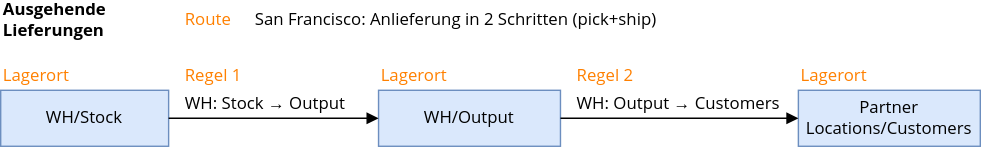
The draw.io diagram assets/Lager Konfiguration Schema 2 Schritt Lieferung.svg in Mint-System/Odoo-Wiki, before a commit. Source tidied: cells renumbered, new cells last; positions are measured from the earlier drawing's top-left corner, leaving out a move shared by most shapes. Its diagram source:
```xml
<mxGraphModel>
  <root>
    <mxCell id="0" />
    <mxCell id="1" parent="0" />
    <mxCell id="2" value="WH/Stock" style="rounded=0;whiteSpace=wrap;html=1;fontFamily=Open Sans;fillColor=#dae8fc;strokeColor=#6c8ebf;" parent="1" vertex="1">
      <mxGeometry y="60" width="120" height="40" as="geometry" />
    </mxCell>
    <mxCell id="3" value="&lt;font color=&quot;#ff8000&quot;&gt;Lagerort&lt;/font&gt;" style="text;html=1;strokeColor=none;fillColor=none;align=left;verticalAlign=middle;whiteSpace=wrap;rounded=0;fontFamily=Open Sans;fontStyle=0;" parent="1" vertex="1">
      <mxGeometry y="40" width="120" height="20" as="geometry" />
    </mxCell>
    <mxCell id="4" value="WH/Output" style="rounded=0;whiteSpace=wrap;html=1;fontFamily=Open Sans;fillColor=#dae8fc;strokeColor=#6c8ebf;" parent="1" vertex="1">
      <mxGeometry x="270" y="60" width="130" height="40" as="geometry" />
    </mxCell>
    <mxCell id="5" style="endArrow=block;html=1;fontFamily=Open Sans;exitX=1;exitY=0.5;exitDx=0;exitDy=0;entryX=0;entryY=0.5;entryDx=0;entryDy=0;endFill=1;" parent="1" edge="1" source="2" target="4">
      <mxGeometry relative="1" as="geometry" />
    </mxCell>
    <mxCell id="6" value="WH: Stock → Output" style="text;html=1;strokeColor=none;fillColor=none;align=left;verticalAlign=middle;whiteSpace=wrap;rounded=0;fontFamily=Open Sans;fontStyle=0;" parent="1" vertex="1">
      <mxGeometry x="130" y="60" width="140" height="20" as="geometry" />
    </mxCell>
    <mxCell id="7" value="&lt;font color=&quot;#ff8000&quot;&gt;Route&lt;/font&gt;" style="text;html=1;strokeColor=none;fillColor=none;align=left;verticalAlign=middle;whiteSpace=wrap;rounded=0;fontFamily=Open Sans;fontStyle=0;" parent="1" vertex="1">
      <mxGeometry x="130" width="40" height="20" as="geometry" />
    </mxCell>
    <mxCell id="8" value="&lt;font color=&quot;#ff8000&quot;&gt;Lagerort&lt;/font&gt;" style="text;html=1;strokeColor=none;fillColor=none;align=left;verticalAlign=middle;whiteSpace=wrap;rounded=0;fontFamily=Open Sans;fontStyle=0;" parent="1" vertex="1">
      <mxGeometry x="270" y="40" width="120" height="20" as="geometry" />
    </mxCell>
    <mxCell id="9" value="&lt;font color=&quot;#ff8000&quot;&gt;Regel 1&lt;/font&gt;" style="text;html=1;strokeColor=none;fillColor=none;align=left;verticalAlign=middle;whiteSpace=wrap;rounded=0;fontFamily=Open Sans;fontStyle=0;" parent="1" vertex="1">
      <mxGeometry x="130" y="40" width="50" height="20" as="geometry" />
    </mxCell>
    <mxCell id="10" value="San Francisco: Anlieferung in 2 Schritten (pick+ship)" style="text;html=1;strokeColor=none;fillColor=none;align=left;verticalAlign=middle;whiteSpace=wrap;rounded=0;fontFamily=Open Sans;fontStyle=0;" parent="1" vertex="1">
      <mxGeometry x="180" width="310" height="20" as="geometry" />
    </mxCell>
    <mxCell id="11" value="&lt;div&gt;&lt;span&gt;Ausgehende Lieferungen&lt;/span&gt;&lt;br&gt;&lt;/div&gt;" style="text;html=1;strokeColor=none;fillColor=none;align=left;verticalAlign=middle;whiteSpace=wrap;rounded=0;fontFamily=Open Sans;fontStyle=1;" parent="1" vertex="1">
      <mxGeometry width="120" height="20" as="geometry" />
    </mxCell>
    <mxCell id="12" value="Partner Locations/Customers" style="rounded=0;whiteSpace=wrap;html=1;fontFamily=Open Sans;fillColor=#dae8fc;strokeColor=#6c8ebf;" parent="1" vertex="1">
      <mxGeometry x="570" y="60" width="130" height="40" as="geometry" />
    </mxCell>
    <mxCell id="13" value="&lt;font color=&quot;#ff8000&quot;&gt;Lagerort&lt;/font&gt;" style="text;html=1;strokeColor=none;fillColor=none;align=left;verticalAlign=middle;whiteSpace=wrap;rounded=0;fontFamily=Open Sans;fontStyle=0;" parent="1" vertex="1">
      <mxGeometry x="570" y="40" width="120" height="20" as="geometry" />
    </mxCell>
    <mxCell id="14" value="WH: Output → Customers" style="text;html=1;strokeColor=none;fillColor=none;align=left;verticalAlign=middle;whiteSpace=wrap;rounded=0;fontFamily=Open Sans;fontStyle=0;" parent="1" vertex="1">
      <mxGeometry x="410" y="60" width="150" height="20" as="geometry" />
    </mxCell>
    <mxCell id="15" value="&lt;font color=&quot;#ff8000&quot;&gt;Regel 2&lt;/font&gt;" style="text;html=1;strokeColor=none;fillColor=none;align=left;verticalAlign=middle;whiteSpace=wrap;rounded=0;fontFamily=Open Sans;fontStyle=0;" parent="1" vertex="1">
      <mxGeometry x="410" y="40" width="50" height="20" as="geometry" />
    </mxCell>
    <mxCell id="16" style="endArrow=block;html=1;fontFamily=Open Sans;entryX=0;entryY=0.5;entryDx=0;entryDy=0;exitX=1;exitY=0.5;exitDx=0;exitDy=0;endFill=1;" parent="1" edge="1" source="4" target="12">
      <mxGeometry relative="1" as="geometry" />
    </mxCell>
  </root>
</mxGraphModel>
```
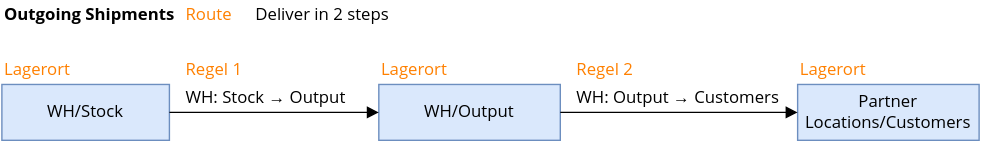
The same diagram one commit later.

Diff of the diagram source:
```diff
@@ -26,11 +26,11 @@
     <mxCell id="9" value="&lt;font color=&quot;#ff8000&quot;&gt;Regel 1&lt;/font&gt;" style="text;html=1;strokeColor=none;fillColor=none;align=left;verticalAlign=middle;whiteSpace=wrap;rounded=0;fontFamily=Open Sans;fontStyle=0;" parent="1" vertex="1">
       <mxGeometry x="130" y="40" width="50" height="20" as="geometry" />
     </mxCell>
-    <mxCell id="10" value="San Francisco: Anlieferung in 2 Schritten (pick+ship)" style="text;html=1;strokeColor=none;fillColor=none;align=left;verticalAlign=middle;whiteSpace=wrap;rounded=0;fontFamily=Open Sans;fontStyle=0;" parent="1" vertex="1">
+    <mxCell id="10" value="Deliver in 2 steps" style="text;html=1;strokeColor=none;fillColor=none;align=left;verticalAlign=middle;whiteSpace=wrap;rounded=0;fontFamily=Open Sans;fontStyle=0;" parent="1" vertex="1">
       <mxGeometry x="180" width="310" height="20" as="geometry" />
     </mxCell>
-    <mxCell id="11" value="&lt;div&gt;&lt;span&gt;Ausgehende Lieferungen&lt;/span&gt;&lt;br&gt;&lt;/div&gt;" style="text;html=1;strokeColor=none;fillColor=none;align=left;verticalAlign=middle;whiteSpace=wrap;rounded=0;fontFamily=Open Sans;fontStyle=1;" parent="1" vertex="1">
-      <mxGeometry width="120" height="20" as="geometry" />
+    <mxCell id="11" value="&lt;div&gt;&lt;span&gt;Outgoing Shipments&lt;/span&gt;&lt;br&gt;&lt;/div&gt;" style="text;html=1;strokeColor=none;fillColor=none;align=left;verticalAlign=middle;whiteSpace=wrap;rounded=0;fontFamily=Open Sans;fontStyle=1;" parent="1" vertex="1">
+      <mxGeometry width="130" height="20" as="geometry" />
     </mxCell>
     <mxCell id="12" value="Partner Locations/Customers" style="rounded=0;whiteSpace=wrap;html=1;fontFamily=Open Sans;fillColor=#dae8fc;strokeColor=#6c8ebf;" parent="1" vertex="1">
       <mxGeometry x="570" y="60" width="130" height="40" as="geometry" />
```
